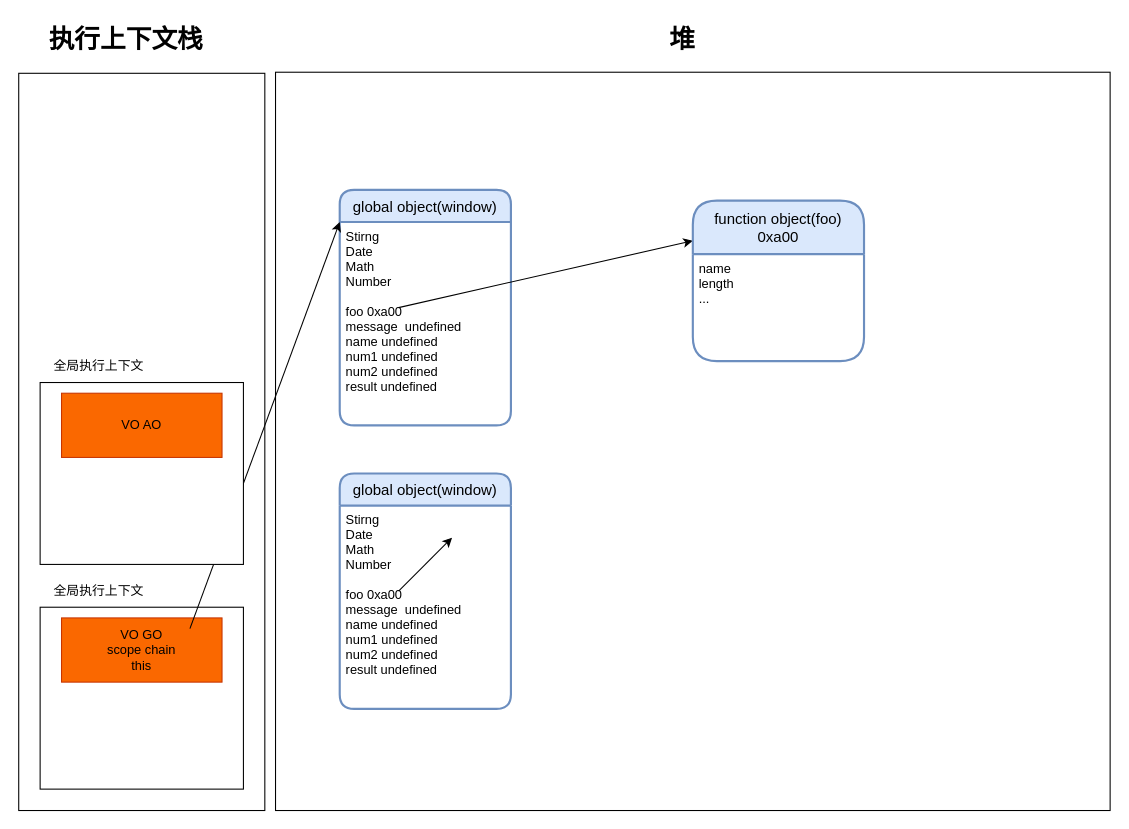
Earlier version of the draw.io diagram page "执行前" (1 of 2) of JavaScript/13_浏览器运行和JS运行原理/drawing/02_函数代码的执行流程.dio (henryzeo/frond-end-study). Source tidied: cells renumbered, new cells numbered last; positions are measured from the earlier drawing's top-left corner, leaving out a move shared by most shapes. Both pictures are drawn from the tidied source at 107%, with x=0, y=0 at pixel (18, 18).
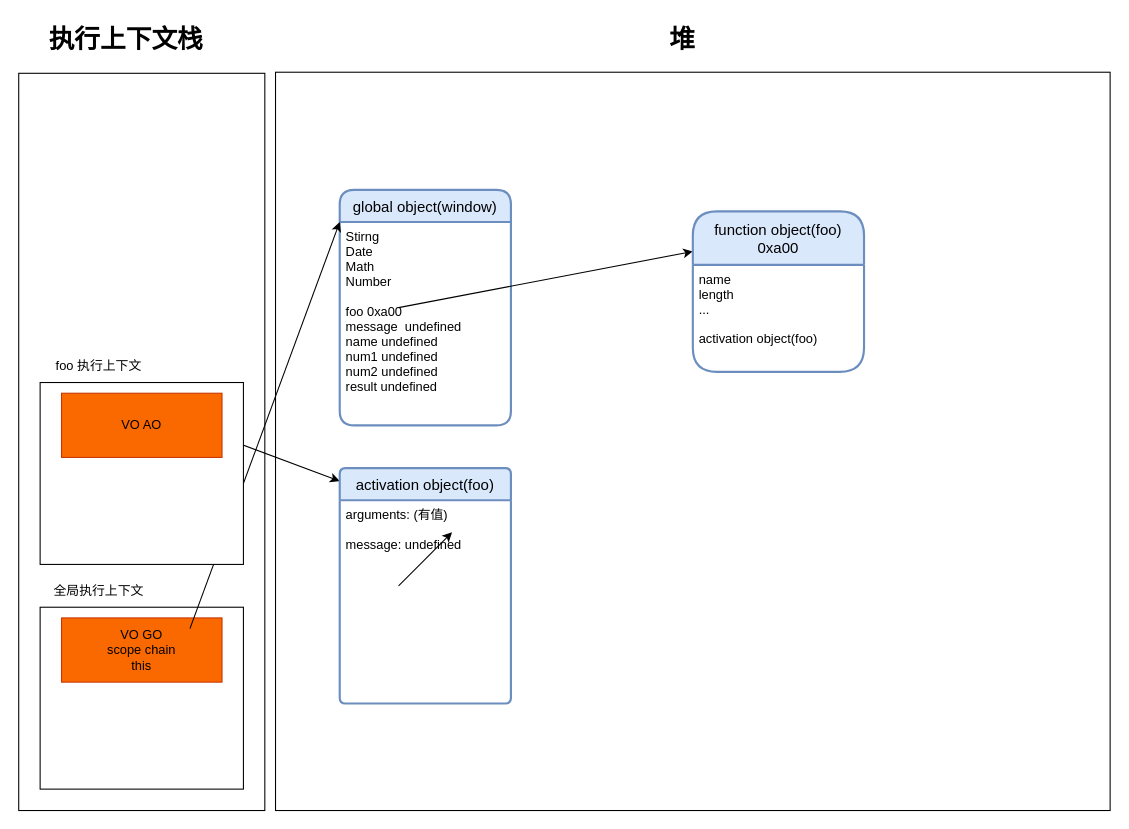
The same diagram, later.

Unchanged cells that the change refers to:
```xml
<mxCell id="5" value="global object(window)" style="swimlane;horizontal=1;startSize=30;rounded=1;fontSize=14;fontStyle=0;strokeWidth=2;shadow=0;dashed=0;align=center;fillColor=#dae8fc;strokeColor=#6c8ebf;" parent="1" vertex="1">
  <mxGeometry x="300" y="160" width="160" height="220" as="geometry" />
</mxCell>
```

What changed in the source:
```diff
@@
+    <mxCell id="21" style="endArrow=classic;html=1;entryX=0;entryY=0.055;entryDx=0;entryDy=0;entryPerimeter=0;" parent="5" edge="1" target="22">
+      <mxGeometry relative="1" as="geometry">
+        <mxPoint x="-140" y="220" as="sourcePoint" />
+      </mxGeometry>
+    </mxCell>
     <mxCell id="8" value="function object(foo)&#10;0xa00" style="swimlane;horizontal=1;startSize=50;rounded=1;fontSize=14;fontStyle=0;strokeWidth=2;shadow=0;dashed=0;align=center;fillColor=#dae8fc;strokeColor=#6c8ebf;" parent="1" vertex="1">
-      <mxGeometry x="630" y="170" width="160" height="150" as="geometry" />
+      <mxGeometry x="630" y="180" width="160" height="150" as="geometry" />
     </mxCell>
-    <mxCell id="9" value="name&#10;length&#10;..." style="align=left;strokeColor=none;fillColor=none;spacingLeft=4;fontSize=12;verticalAlign=top;" parent="8" vertex="1">
+    <mxCell id="9" value="name&#10;length&#10;...&#10;&#10;activation object(foo)" style="align=left;strokeColor=none;fillColor=none;spacingLeft=4;fontSize=12;verticalAlign=top;" parent="8" vertex="1">
       <mxGeometry y="50" width="160" height="100" as="geometry" />
     </mxCell>
@@
-    <mxCell id="16" value="全局执行上下文" style="text;html=1;strokeColor=none;fillColor=none;align=center;verticalAlign=middle;whiteSpace=wrap;rounded=0;" parent="1" vertex="1">
+    <mxCell id="16" value="foo 执行上下文" style="text;html=1;strokeColor=none;fillColor=none;align=center;verticalAlign=middle;whiteSpace=wrap;rounded=0;" parent="1" vertex="1">
       <mxGeometry x="20" y="310" width="110" height="30" as="geometry" />
     </mxCell>
@@
-    <mxCell id="18" value="global object(window)" style="swimlane;horizontal=1;startSize=30;rounded=1;fontSize=14;fontStyle=0;strokeWidth=2;shadow=0;dashed=0;align=center;fillColor=#dae8fc;strokeColor=#6c8ebf;" parent="1" vertex="1">
-      <mxGeometry x="300" y="425" width="160" height="220" as="geometry" />
-    </mxCell>
-    <mxCell id="19" style="endArrow=classic;html=1;entryX=0;entryY=0.25;entryDx=0;entryDy=0;" parent="18" edge="1">
-      <mxGeometry relative="1" as="geometry">
-        <mxPoint x="55" y="110" as="sourcePoint" />
-        <mxPoint x="105" y="60" as="targetPoint" />
-      </mxGeometry>
-    </mxCell>
-    <mxCell id="20" value="Stirng&#10;Date&#10;Math&#10;Number&#10;&#10;foo 0xa00&#10;message  undefined&#10;name undefined&#10;num1 undefined&#10;num2 undefined&#10;result undefined" style="align=left;strokeColor=none;fillColor=none;spacingLeft=4;fontSize=12;verticalAlign=top;" parent="18" vertex="1">
-      <mxGeometry y="30" width="160" height="190" as="geometry" />
-    </mxCell>
+    <mxCell id="22" value="activation object(foo)" style="swimlane;horizontal=1;startSize=30;rounded=1;fontSize=14;fontStyle=0;strokeWidth=2;shadow=0;dashed=0;align=center;fillColor=#dae8fc;strokeColor=#6c8ebf;arcSize=6;" parent="1" vertex="1">
+      <mxGeometry x="300" y="420" width="160" height="220" as="geometry" />
+    </mxCell>
+    <mxCell id="23" style="endArrow=classic;html=1;entryX=0;entryY=0.25;entryDx=0;entryDy=0;" parent="22" edge="1">
+      <mxGeometry relative="1" as="geometry">
+        <mxPoint x="55" y="110" as="sourcePoint" />
+        <mxPoint x="105" y="60" as="targetPoint" />
+      </mxGeometry>
+    </mxCell>
+    <mxCell id="24" value="arguments: (有值)&#10;&#10;message: undefined" style="align=left;strokeColor=none;fillColor=none;spacingLeft=4;fontSize=12;verticalAlign=top;" parent="22" vertex="1">
+      <mxGeometry y="30" width="160" height="190" as="geometry" />
+    </mxCell>
```
